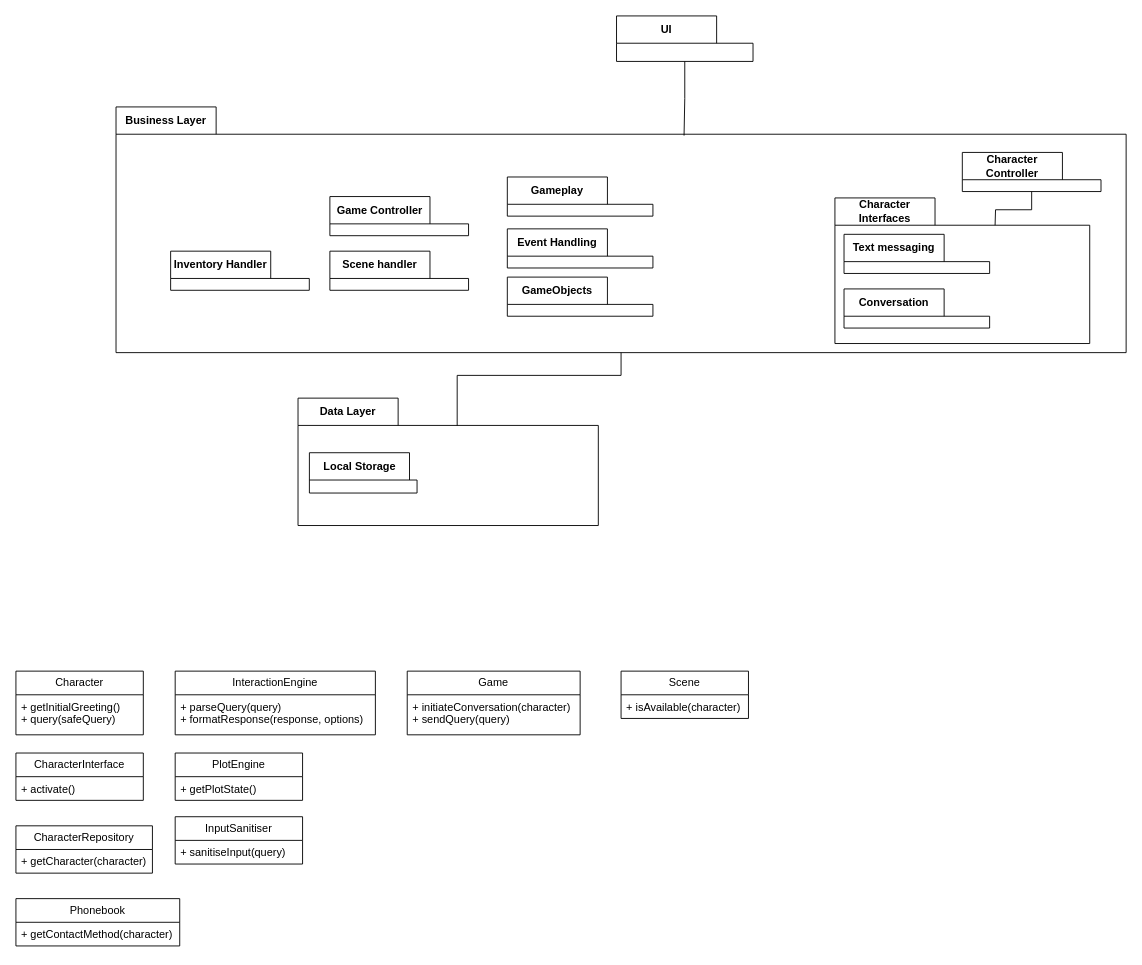
The draw.io diagram page "Package Diagram" (8 of 8) of domain-model.drawio in Jesper-R/PA1460, before the edit. Source tidied: cells renumbered, new cells numbered last; positions are measured from the earlier drawing's top-left corner, leaving out a move shared by most shapes. Both pictures are drawn from the tidied source at 91%, with x=0, y=0 at pixel (15, 15).
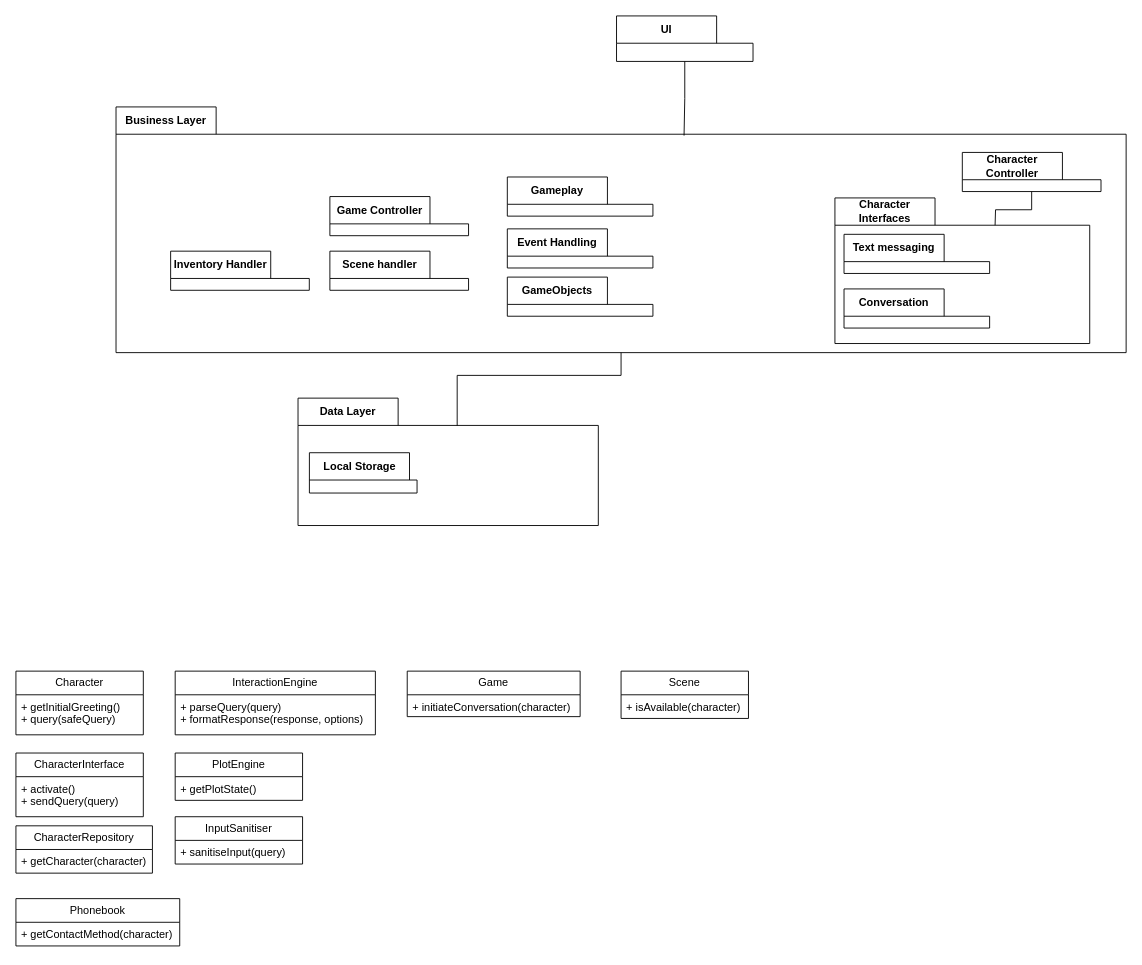
The same diagram, later.

What changed in the source:
```diff
@@
     <mxCell id="37" value="Game" style="swimlane;fontStyle=0;horizontal=1;startSize=26;fillColor=none;whiteSpace=wrap;html=1;" parent="1" vertex="1">
-      <mxGeometry x="430" y="720" width="190" height="70" as="geometry" />
+      <mxGeometry x="430" y="720" width="190" height="50" as="geometry" />
     </mxCell>
-    <mxCell id="38" value="&lt;div&gt;+ initiateConversation(character)&lt;/div&gt;&lt;div&gt;+ sendQuery(query)&lt;/div&gt;" style="text;strokeColor=none;fillColor=none;align=left;verticalAlign=top;spacingLeft=4;spacingRight=4;overflow=hidden;whiteSpace=wrap;html=1;" parent="37" vertex="1">
-      <mxGeometry y="26" width="190" height="44" as="geometry" />
+    <mxCell id="38" value="&lt;div&gt;+ initiateConversation(character)&lt;/div&gt;&lt;div&gt;&lt;br&gt;&lt;/div&gt;" style="text;strokeColor=none;fillColor=none;align=left;verticalAlign=top;spacingLeft=4;spacingRight=4;overflow=hidden;whiteSpace=wrap;html=1;" parent="37" vertex="1">
+      <mxGeometry y="26" width="190" height="24" as="geometry" />
     </mxCell>
     <mxCell id="39" value="CharacterInterface" style="swimlane;fontStyle=0;horizontal=1;startSize=26;fillColor=none;whiteSpace=wrap;html=1;" parent="1" vertex="1">
-      <mxGeometry y="810" width="140" height="52" as="geometry" />
+      <mxGeometry y="810" width="140" height="70" as="geometry" />
     </mxCell>
-    <mxCell id="40" value="+ activate()" style="text;strokeColor=none;fillColor=none;align=left;verticalAlign=top;spacingLeft=4;spacingRight=4;overflow=hidden;whiteSpace=wrap;html=1;" parent="39" vertex="1">
-      <mxGeometry y="26" width="140" height="26" as="geometry" />
+    <mxCell id="40" value="&lt;div&gt;+ activate()&lt;/div&gt;&lt;div&gt;+ sendQuery(query)&lt;/div&gt;" style="text;strokeColor=none;fillColor=none;align=left;verticalAlign=top;spacingLeft=4;spacingRight=4;overflow=hidden;whiteSpace=wrap;html=1;" parent="39" vertex="1">
+      <mxGeometry y="26" width="140" height="44" as="geometry" />
     </mxCell>
```
